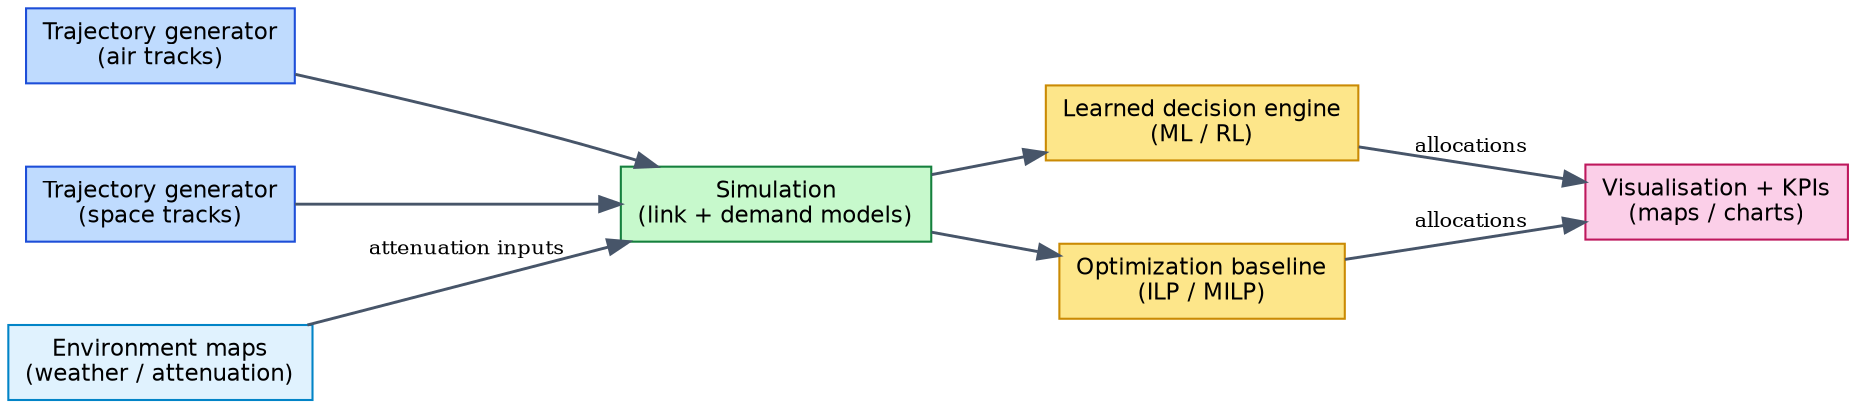
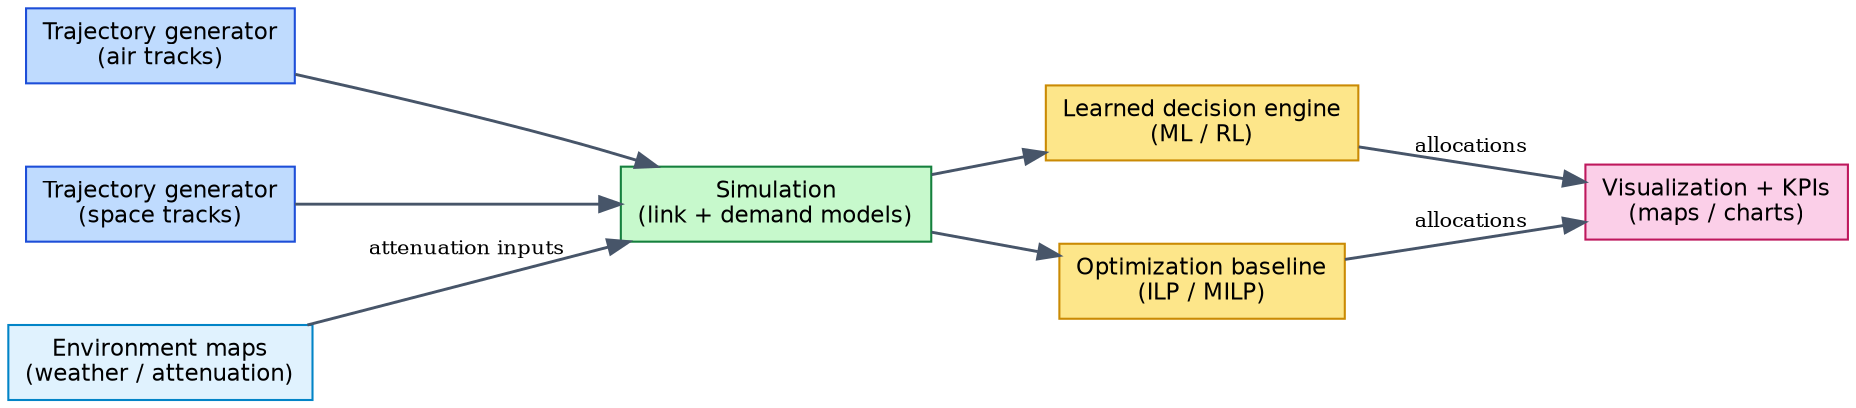
digraph PipelineExample {
  rankdir=LR;
  graph [splines=true, nodesep=0.55, ranksep=0.75];
  node [shape=box, style=filled, color="#0f172a", fillcolor="#e2e8f0", fontname="Helvetica", fontsize=11];
  edge [color="#475569", penwidth=1.4];

  TrajFlight [label="Trajectory generator\n(air tracks)", fillcolor="#bfdbfe", color="#1d4ed8"];
  TrajSat [label="Trajectory generator\n(space tracks)", fillcolor="#bfdbfe", color="#1d4ed8"];
  EnvMaps [label="Environment maps\n(weather / attenuation)", fillcolor="#e0f2fe", color="#0284c7"];
  Sim [label="Simulation\n(link + demand models)", fillcolor="#c7f9cc", color="#15803d"];
  Learned [label="Learned decision engine\n(ML / RL)", fillcolor="#fde68a", color="#ca8a04"];
  Opt [label="Optimization baseline\n(ILP / MILP)", fillcolor="#fde68a", color="#ca8a04"];
-   View [label="Visualisation + KPIs\n(maps / charts)", fillcolor="#fbcfe8", color="#be185d"];
+   View [label="Visualization + KPIs\n(maps / charts)", fillcolor="#fbcfe8", color="#be185d"];

  TrajFlight -> Sim;
  TrajSat -> Sim;
  EnvMaps -> Sim [label="attenuation inputs", fontsize=10];
  Sim -> Learned;
  Sim -> Opt;
  Learned -> View [label="allocations", fontsize=10];
  Opt -> View [label="allocations", fontsize=10];
}
